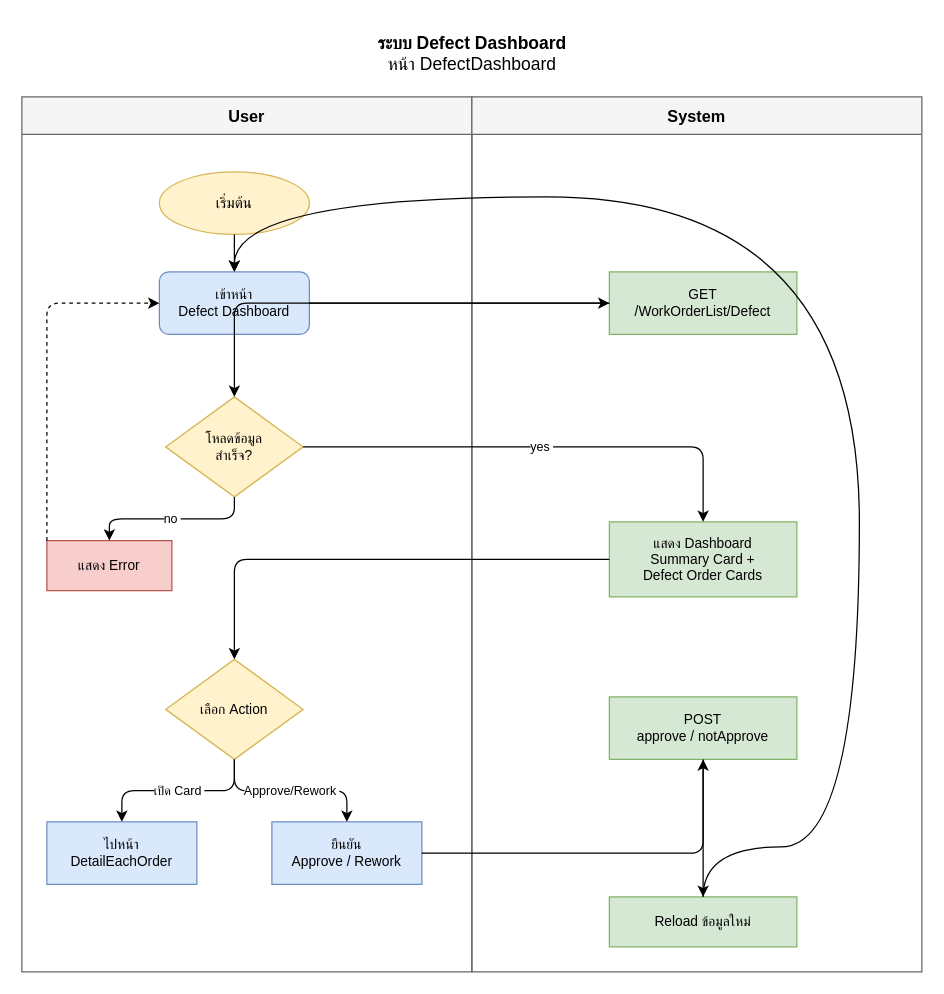
Above: DefectDashboard_Flowchart.drawio in akkdach/pro-iot-mobile (draw.io), before the change. Source tidied: cells renumbered, new cells numbered last; positions are measured from the earlier drawing's top-left corner, leaving out a move shared by most shapes. Both pictures are drawn from the tidied source at 125%, with x=0, y=0 at pixel (21, 21).
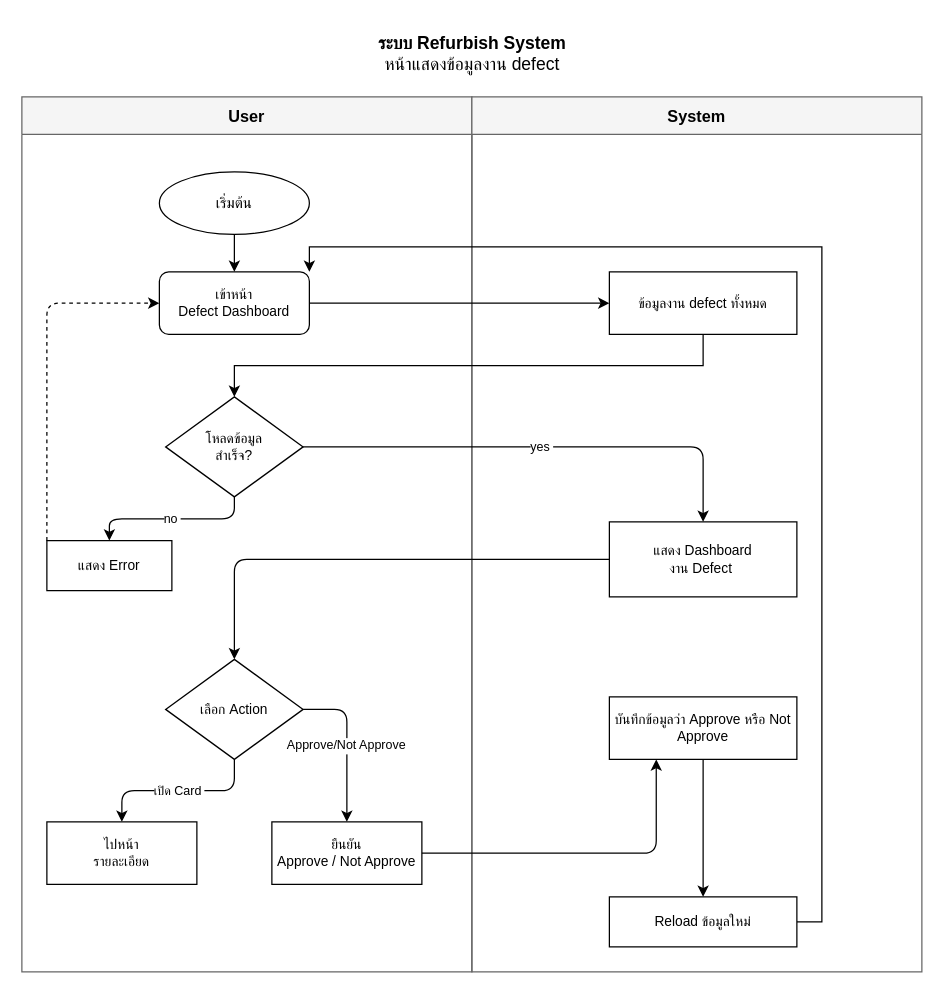
The same page after the edit.

Change to the diagram source:
```diff
@@
-    <mxCell id="2" value="&lt;b&gt;ระบบ Defect Dashboard&lt;/b&gt;&lt;br&gt;หน้า DefectDashboard" style="text;html=1;align=center;verticalAlign=middle;strokeColor=none;fillColor=none;fontSize=14;" parent="1" vertex="1">
-      <mxGeometry x="250" width="220" height="50" as="geometry" />
+    <mxCell id="2" value="&lt;b&gt;ระบบ Refurbish System&lt;/b&gt;&lt;br&gt;หน้าแสดงข้อมูลงาน defect" style="text;html=1;align=center;verticalAlign=middle;strokeColor=none;fillColor=none;fontSize=14;" parent="1" vertex="1">
+      <mxGeometry x="270" width="180" height="50" as="geometry" />
     </mxCell>
@@
-    <mxCell id="5" value="เริ่มต้น" style="ellipse;whiteSpace=wrap;html=1;fillColor=#fff2cc;strokeColor=#d6b656;fontSize=12;" parent="1" vertex="1">
+    <mxCell id="5" value="เริ่มต้น" style="ellipse;whiteSpace=wrap;html=1;fontSize=12;" parent="1" vertex="1">
       <mxGeometry x="110" y="120" width="120" height="50" as="geometry" />
     </mxCell>
-    <mxCell id="6" value="เข้าหน้า&#10;Defect Dashboard" style="rounded=1;whiteSpace=wrap;html=1;fillColor=#dae8fc;strokeColor=#6c8ebf;fontSize=11;" parent="1" vertex="1">
+    <mxCell id="6" value="เข้าหน้า&#10;Defect Dashboard" style="rounded=1;whiteSpace=wrap;html=1;fontSize=11;" parent="1" vertex="1">
       <mxGeometry x="110" y="200" width="120" height="50" as="geometry" />
     </mxCell>
-    <mxCell id="7" value="โหลดข้อมูล&#10;สำเร็จ?" style="rhombus;whiteSpace=wrap;html=1;fillColor=#fff2cc;strokeColor=#d6b656;fontSize=11;" parent="1" vertex="1">
+    <mxCell id="7" value="โหลดข้อมูล&#10;สำเร็จ?" style="rhombus;whiteSpace=wrap;html=1;fontSize=11;" parent="1" vertex="1">
       <mxGeometry x="115" y="300" width="110" height="80" as="geometry" />
     </mxCell>
-    <mxCell id="8" value="แสดง Error" style="rounded=0;whiteSpace=wrap;html=1;fillColor=#f8cecc;strokeColor=#b85450;fontSize=11;" parent="1" vertex="1">
+    <mxCell id="8" value="แสดง Error" style="rounded=0;whiteSpace=wrap;html=1;fontSize=11;" parent="1" vertex="1">
       <mxGeometry x="20" y="415" width="100" height="40" as="geometry" />
     </mxCell>
-    <mxCell id="9" value="เลือก Action" style="rhombus;whiteSpace=wrap;html=1;fillColor=#fff2cc;strokeColor=#d6b656;fontSize=11;" parent="1" vertex="1">
+    <mxCell id="9" value="เลือก Action" style="rhombus;whiteSpace=wrap;html=1;fontSize=11;" parent="1" vertex="1">
       <mxGeometry x="115" y="510" width="110" height="80" as="geometry" />
     </mxCell>
-    <mxCell id="10" value="ไปหน้า&#10;DetailEachOrder" style="rounded=0;whiteSpace=wrap;html=1;fillColor=#dae8fc;strokeColor=#6c8ebf;fontSize=11;" parent="1" vertex="1">
+    <mxCell id="10" value="ไปหน้า&lt;br&gt;รายละเอียด" style="rounded=0;whiteSpace=wrap;html=1;fontSize=11;" parent="1" vertex="1">
       <mxGeometry x="20" y="640" width="120" height="50" as="geometry" />
     </mxCell>
-    <mxCell id="11" value="ยืนยัน&#10;Approve / Rework" style="rounded=0;whiteSpace=wrap;html=1;fillColor=#dae8fc;strokeColor=#6c8ebf;fontSize=11;" parent="1" vertex="1">
+    <mxCell id="11" value="ยืนยัน&lt;br&gt;Approve / Not Approve" style="rounded=0;whiteSpace=wrap;html=1;fontSize=11;" parent="1" vertex="1">
       <mxGeometry x="200" y="640" width="120" height="50" as="geometry" />
     </mxCell>
+    <mxCell id="18" style="edgeStyle=orthogonalEdgeStyle;rounded=0;jettySize=auto;html=1;exitX=0.5;exitY=1;exitDx=0;exitDy=0;" parent="1" edge="1" source="12" target="7">
+      <mxGeometry relative="1" as="geometry" />
+    </mxCell>
-    <mxCell id="12" value="GET&#10;/WorkOrderList/Defect" style="rounded=0;whiteSpace=wrap;html=1;fillColor=#d5e8d4;strokeColor=#82b366;fontSize=11;" parent="1" vertex="1">
+    <mxCell id="12" value="ข้อมูลงาน defect ทั้งหมด" style="rounded=0;whiteSpace=wrap;html=1;fontSize=11;" parent="1" vertex="1">
       <mxGeometry x="470" y="200" width="150" height="50" as="geometry" />
     </mxCell>
-    <mxCell id="13" value="แสดง Dashboard&#10;Summary Card +&#10;Defect Order Cards" style="rounded=0;whiteSpace=wrap;html=1;fillColor=#d5e8d4;strokeColor=#82b366;fontSize=11;" parent="1" vertex="1">
+    <mxCell id="13" value="แสดง Dashboard&lt;br&gt;งาน Defect&amp;nbsp;" style="rounded=0;whiteSpace=wrap;html=1;fontSize=11;" parent="1" vertex="1">
       <mxGeometry x="470" y="400" width="150" height="60" as="geometry" />
     </mxCell>
-    <mxCell id="14" value="POST&#10;approve / notApprove" style="rounded=0;whiteSpace=wrap;html=1;fillColor=#d5e8d4;strokeColor=#82b366;fontSize=11;" parent="1" vertex="1">
+    <mxCell id="14" value="บันทึกข้อมูลว่า Approve หรือ Not Approve" style="rounded=0;whiteSpace=wrap;html=1;fontSize=11;" parent="1" vertex="1">
       <mxGeometry x="470" y="540" width="150" height="50" as="geometry" />
     </mxCell>
+    <mxCell id="26" style="edgeStyle=orthogonalEdgeStyle;rounded=0;jettySize=auto;html=1;exitX=1;exitY=0.5;exitDx=0;exitDy=0;entryX=1;entryY=0;entryDx=0;entryDy=0;" parent="1" edge="1" source="15" target="6">
+      <mxGeometry relative="1" as="geometry" />
+    </mxCell>
-    <mxCell id="15" value="Reload ข้อมูลใหม่" style="rounded=0;whiteSpace=wrap;html=1;fillColor=#d5e8d4;strokeColor=#82b366;fontSize=11;" parent="1" vertex="1">
+    <mxCell id="15" value="Reload ข้อมูลใหม่" style="rounded=0;whiteSpace=wrap;html=1;fontSize=11;" parent="1" vertex="1">
       <mxGeometry x="470" y="700" width="150" height="40" as="geometry" />
     </mxCell>
@@
-    <mxCell id="18" style="edgeStyle=orthogonalEdgeStyle;" parent="1" edge="1" source="12" target="7">
-      <mxGeometry relative="1" as="geometry" />
-    </mxCell>
@@
-    <mxCell id="23" value="Approve/Rework" style="edgeStyle=orthogonalEdgeStyle;fontSize=10;" parent="1" edge="1" source="9" target="11">
+    <mxCell id="23" value="Approve/Not Approve" style="edgeStyle=orthogonalEdgeStyle;fontSize=10;exitX=1;exitY=0.5;exitDx=0;exitDy=0;" parent="1" edge="1" source="9" target="11">
       <mxGeometry relative="1" as="geometry" />
     </mxCell>
-    <mxCell id="24" style="edgeStyle=orthogonalEdgeStyle;" parent="1" edge="1" source="11" target="14">
+    <mxCell id="24" style="edgeStyle=orthogonalEdgeStyle;entryX=0.25;entryY=1;entryDx=0;entryDy=0;" parent="1" edge="1" source="11" target="14">
       <mxGeometry relative="1" as="geometry" />
     </mxCell>
@@
-    <mxCell id="26" style="edgeStyle=orthogonalEdgeStyle;curved=1;" parent="1" edge="1" source="15" target="6">
-      <mxGeometry relative="1" as="geometry">
-        <Array as="points">
-          <mxPoint x="670" y="660" />
-          <mxPoint x="670" y="140" />
-          <mxPoint x="170" y="140" />
-        </Array>
-      </mxGeometry>
-    </mxCell>
```
